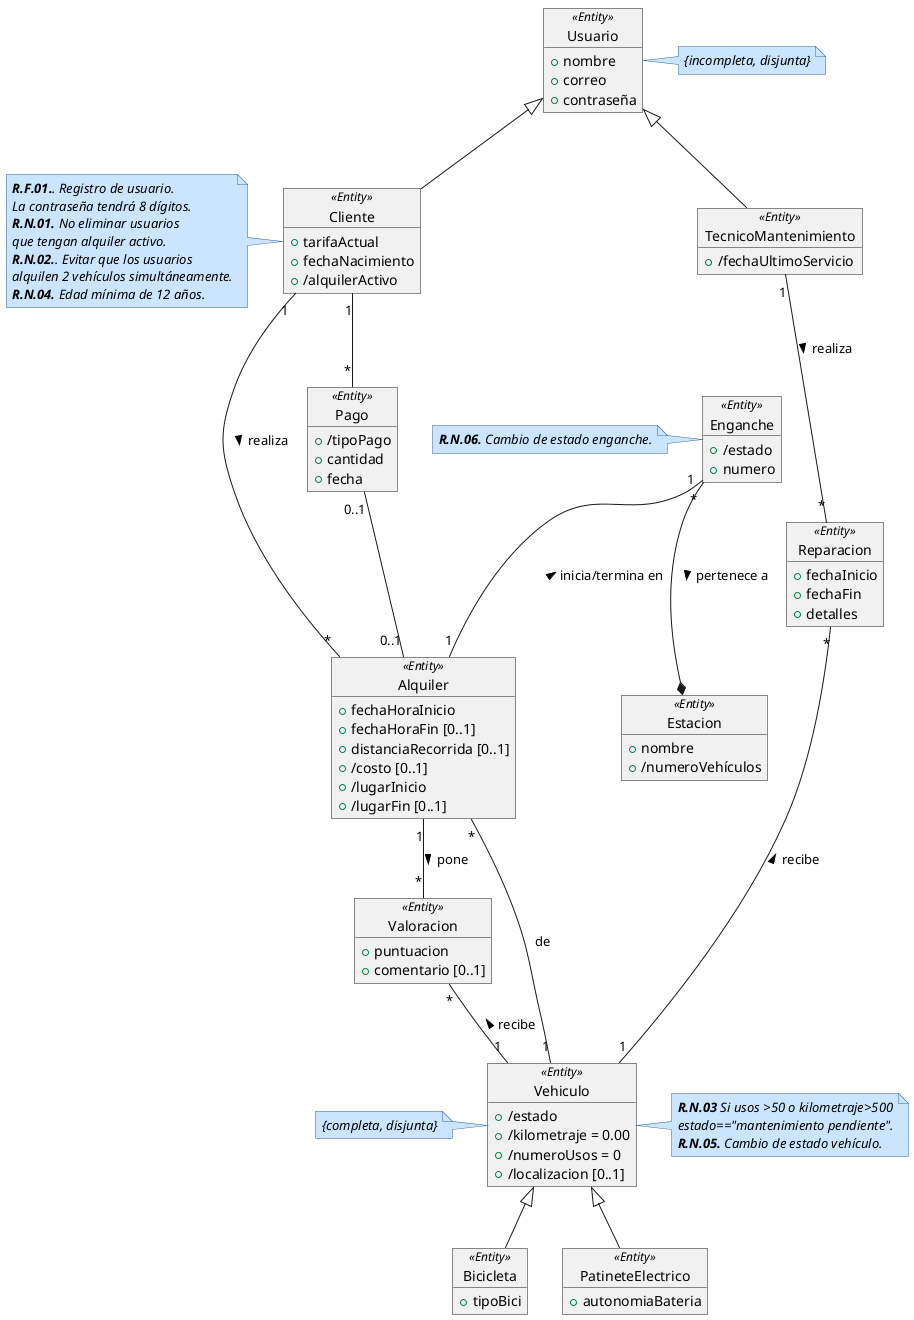
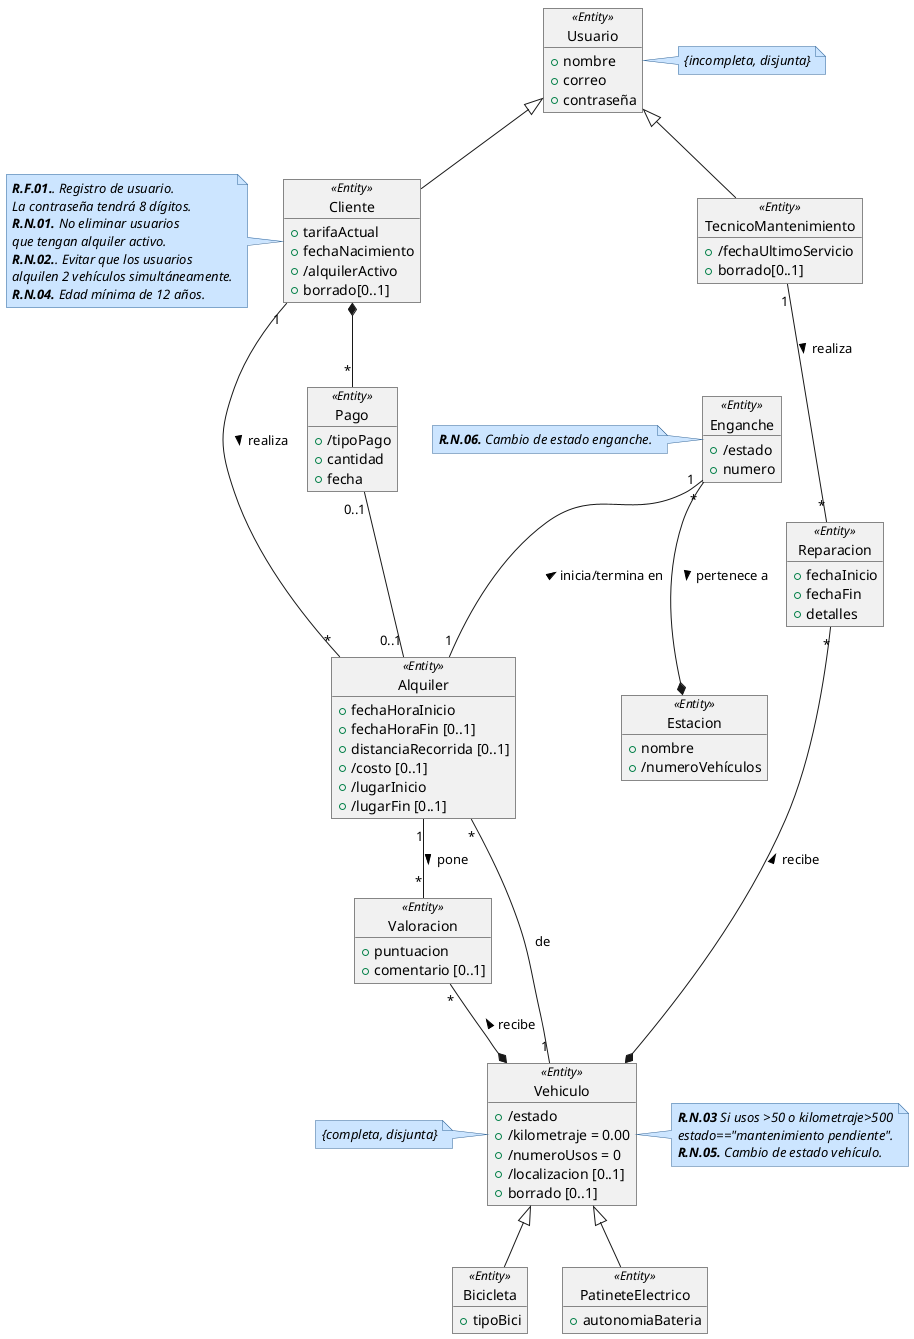
@startuml DiagramaClases

skinparam note {
  BackgroundColor #cce5ff
  BorderColor #336699
  FontStyle italic
}

object Usuario<<Entity>> {
    +nombre
    +correo
    +contraseña
}
note right: {incompleta, disjunta}


object Cliente<<Entity>> {
    +tarifaActual
    +fechaNacimiento
    +/alquilerActivo
+     +borrado[0..1]
}
note left
'''
 **R.F.01.**. Registro de usuario.
 La contraseña tendrá 8 dígitos.
 **R.N.01.** No eliminar usuarios
 que tengan alquiler activo.
 **R.N.02.**. Evitar que los usuarios
 alquilen 2 vehículos simultáneamente.
 **R.N.04.** Edad mínima de 12 años.
'''
end note

object Pago<<Entity>> {
    +/tipoPago
    +cantidad
    +fecha
}
'Tipo pago puede ser o mensual o individual


object TecnicoMantenimiento<<Entity>> {
    +/fechaUltimoServicio
+     +borrado[0..1]
}

object Reparacion<<Entity>> {
    +fechaInicio
    +fechaFin
    +detalles
}

object Valoracion<<Entity>> {
    +puntuacion
    +comentario [0..1]
}

/'
La distancia recorrida la cuenta el vehículo con un
medidor incorporado y solo se registra cuando termina el recorrido.
Por eso mismo no es derivada de lugar inicio o fin, porque si no si acabas
en el mismo sitio la distancia recorrida sería 0.
'/
object Alquiler<<Entity>> {
    +fechaHoraInicio
    +fechaHoraFin [0..1]
    +distanciaRecorrida [0..1]
    +/costo [0..1]
    +/lugarInicio
    +/lugarFin [0..1]
}

/'
La localización del vehículo se muestra cuando se guarda el vehículo.
No se guarda localización por GPS.
'/
object Vehiculo<<Entity>> {
    +/estado
    +/kilometraje = 0.00
    +/numeroUsos = 0
    +/localizacion [0..1]
+     +borrado [0..1]
}
note right
'''
 **R.N.03** Si usos >50 o kilometraje>500
 estado=="mantenimiento pendiente".
 **R.N.05.** Cambio de estado vehículo.
'''
end note
note left of Vehiculo: {completa, disjunta}

object Estacion<<Entity>> {
    +nombre
    +/numeroVehículos
}

object Enganche<<Entity>> {
    +/estado
    +numero
}
note left
'''
 **R.N.06.** Cambio de estado enganche.
'''
end note

object Bicicleta<<Entity>> {
    +tipoBici
}

object PatineteElectrico<<Entity>> {
    +autonomiaBateria
}

Usuario <|-- Cliente
Usuario <|-- TecnicoMantenimiento

Enganche "*"--* Estacion : pertenece a >

'Relación directa valoraciones'
Alquiler "1"--"*" Valoracion : pone >
- Valoracion "*"--"1" Vehiculo : recibe <
+ Valoracion "*"--* Vehiculo : recibe <

TecnicoMantenimiento "1"--"*" Reparacion : realiza >
- Reparacion "*"--"1" Vehiculo : recibe <
+ Reparacion "*"--* Vehiculo : recibe <

Enganche "1" --"1" Alquiler: inicia/termina en <


'Relacion de Alquileres'
Cliente "1"--"*"  Alquiler: realiza >

Alquiler "*"--"1" Vehiculo: de

'Relacion Pago'
- Cliente "1"--"*" Pago
+ Cliente *--"*" Pago
Pago "0..1"--"0..1" Alquiler

Vehiculo <|-- Bicicleta
Vehiculo <|-- PatineteElectrico


@enduml